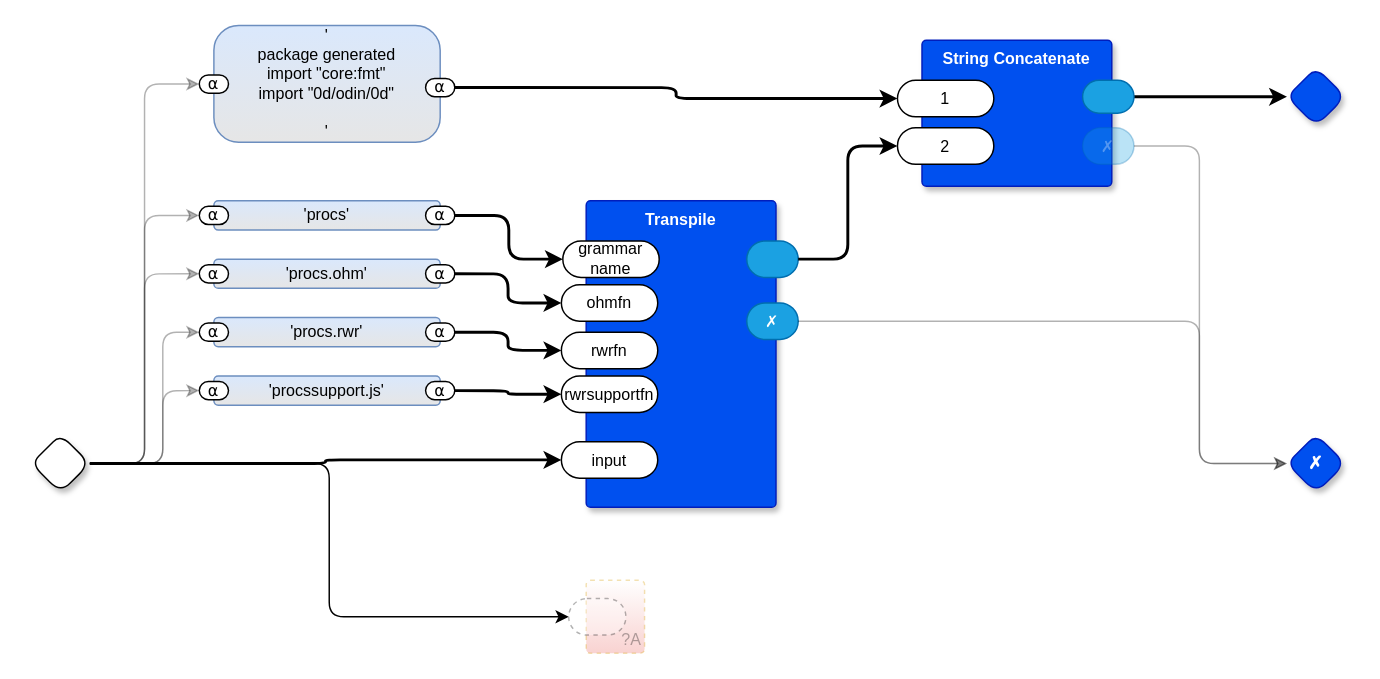
Before: page "Exhale Procs" (3 of 6) of gen0d.drawio in guitarvydas/gen0d, a draw.io diagram. Source tidied: cells renumbered, new cells numbered last; positions are measured from the earlier drawing's top-left corner, leaving out a move shared by most shapes. Both pictures are drawn from the tidied source at 146%, with x=0, y=0 at pixel (31, 25).
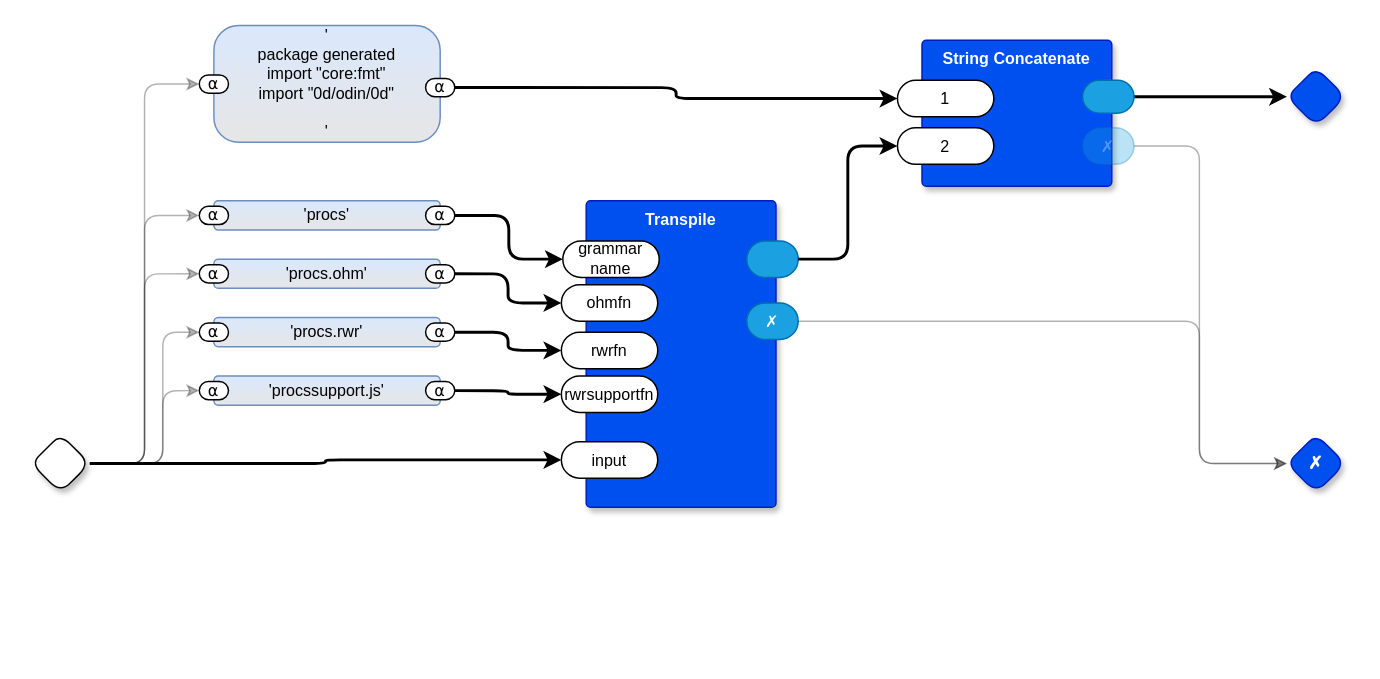
Above is the later version.

Unchanged cells that the change refers to:
```xml
<mxCell id="3" style="rhombus;whiteSpace=wrap;html=1;rounded=1;fontStyle=1;glass=0;sketch=0;fontSize=12;points=[[0,0.5,0,0,0],[0.5,0,0,0,0],[0.5,1,0,0,0],[1,0.5,0,0,0]];shadow=1;fontFamily=Helvetica;fontColor=default;" parent="1" vertex="1">
  <mxGeometry y="280" width="40" height="40" as="geometry" />
</mxCell>
```

Diff of the diagram source:
```diff
@@
-    <mxCell id="48" value="?A" style="rounded=1;whiteSpace=wrap;html=1;sketch=0;verticalAlign=bottom;arcSize=6;fontStyle=0;absoluteArcSize=1;shadow=0;strokeColor=#d79b00;fillColor=#FFFFFF;fontFamily=Helvetica;fontSize=11;dashed=1;opacity=30;align=right;textOpacity=30;gradientColor=#EA6B66;fontColor=default;" parent="1" vertex="1">
-      <mxGeometry x="380" y="380" width="40" height="50" as="geometry" />
-    </mxCell>
-    <mxCell id="49" style="rounded=1;whiteSpace=wrap;html=1;sketch=0;points=[[0,0.5,0,0,0],[1,0.5,0,0,0]];arcSize=50;fontFamily=Helvetica;fontSize=11;fontColor=default;dashed=1;textOpacity=50;opacity=30;fontStyle=0;" parent="48" vertex="1">
-      <mxGeometry x="-12" y="12.5" width="39.2" height="25" as="geometry" />
-    </mxCell>
-    <mxCell id="50" style="edgeStyle=orthogonalEdgeStyle;shape=connector;curved=0;rounded=1;jettySize=auto;html=1;exitX=1;exitY=0.5;exitDx=0;exitDy=0;exitPerimeter=0;entryX=0;entryY=0.5;entryDx=0;entryDy=0;entryPerimeter=0;labelBackgroundColor=default;strokeColor=default;align=center;verticalAlign=middle;fontFamily=Helvetica;fontSize=11;fontColor=default;endArrow=classic;" parent="1" edge="1" source="3" target="49">
-      <mxGeometry relative="1" as="geometry" />
-    </mxCell>
```
